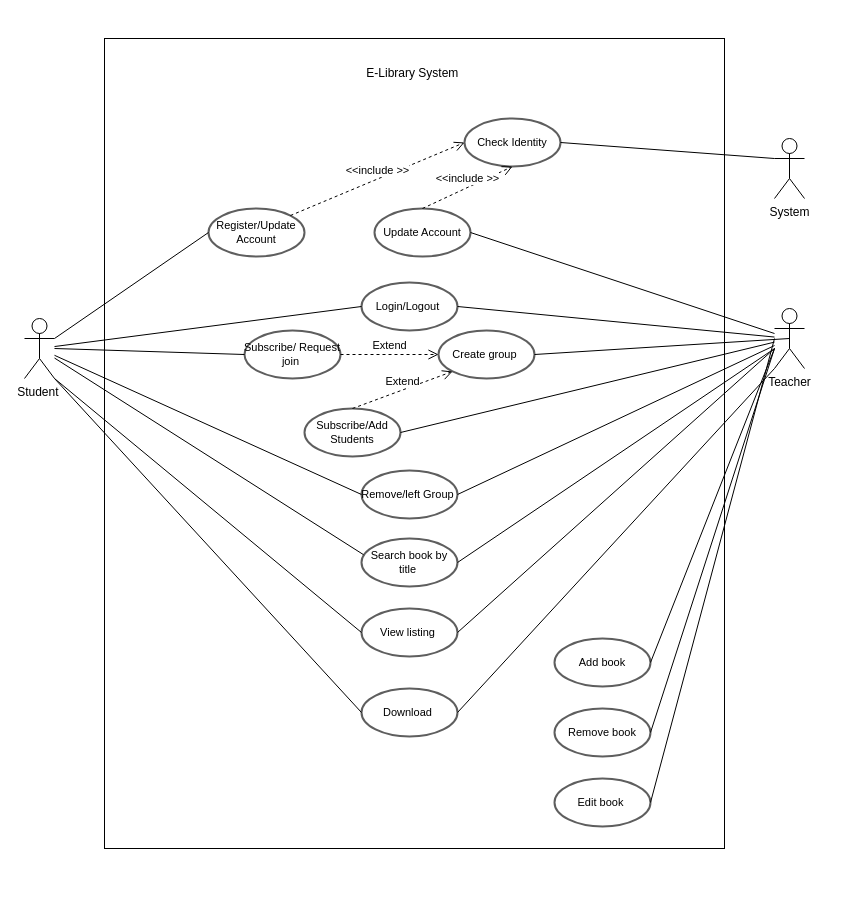
This is ATM Diagram.drawio from Phearun2020/Appsimple, a draw.io file, before an edit. Source tidied: cells renumbered, new cells numbered last; positions are measured from the earlier drawing's top-left corner, leaving out a move shared by most shapes. Both pictures are drawn from the tidied source at 100%, with x=0, y=0 at pixel (24, 38).
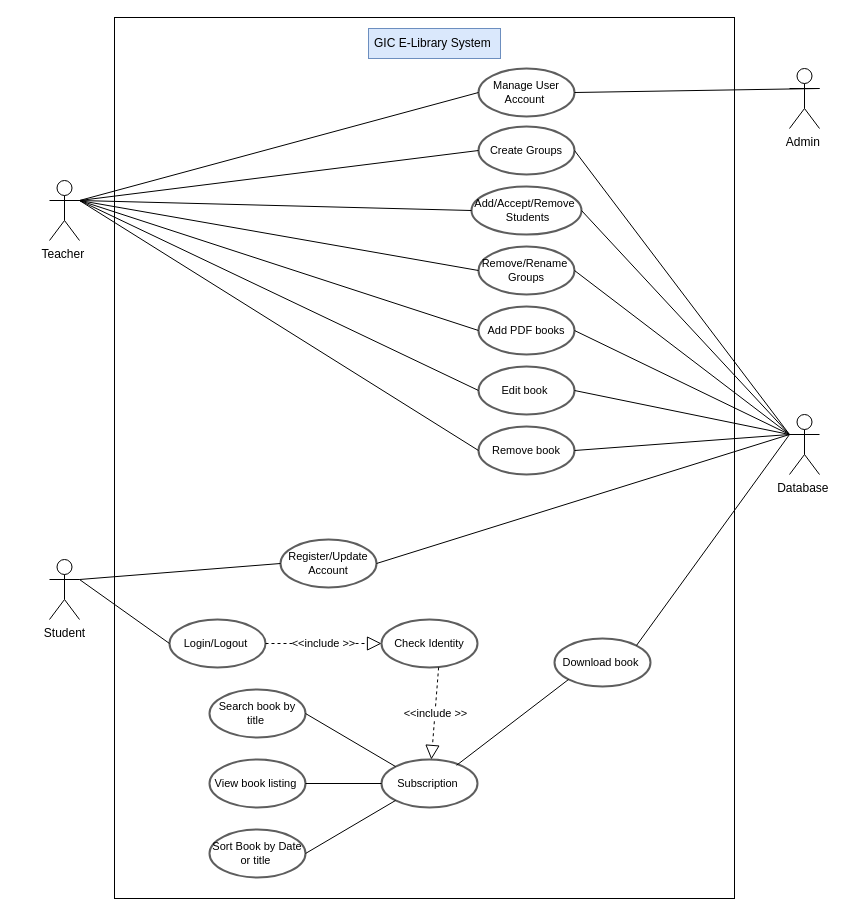
The same diagram, later.

Commit message:
GIC E-Library System Use Case Diagram.drawio

What changed in the source:
```diff
@@
     <mxCell id="2" style="whiteSpace=wrap;html=1;" parent="1" vertex="1">
-      <mxGeometry x="80" width="620" height="810" as="geometry" />
+      <mxGeometry x="90" y="-21" width="620" height="881" as="geometry" />
     </mxCell>
-    <mxCell id="3" value="Student&amp;nbsp;" style="shape=umlActor;verticalLabelPosition=bottom;verticalAlign=top;html=1;outlineConnect=0;" parent="1" vertex="1">
-      <mxGeometry y="280" width="30" height="60" as="geometry" />
+    <mxCell id="3" value="Teacher&amp;nbsp;" style="shape=umlActor;verticalLabelPosition=bottom;verticalAlign=top;html=1;outlineConnect=0;" parent="1" vertex="1">
+      <mxGeometry x="25" y="142" width="30" height="60" as="geometry" />
     </mxCell>
-    <mxCell id="4" value="Teacher" style="shape=umlActor;verticalLabelPosition=bottom;verticalAlign=top;html=1;outlineConnect=0;" parent="1" vertex="1">
-      <mxGeometry x="750" y="270" width="30" height="60" as="geometry" />
+    <mxCell id="4" value="Database&amp;nbsp;" style="shape=umlActor;verticalLabelPosition=bottom;verticalAlign=top;html=1;outlineConnect=0;" parent="1" vertex="1">
+      <mxGeometry x="765" y="376" width="30" height="60" as="geometry" />
     </mxCell>
-    <mxCell id="5" value="System" style="shape=umlActor;verticalLabelPosition=bottom;verticalAlign=top;html=1;outlineConnect=0;" parent="1" vertex="1">
-      <mxGeometry x="750" y="100" width="30" height="60" as="geometry" />
+    <mxCell id="5" value="Admin&amp;nbsp;" style="shape=umlActor;verticalLabelPosition=bottom;verticalAlign=top;html=1;outlineConnect=0;" parent="1" vertex="1">
+      <mxGeometry x="765" y="30" width="30" height="60" as="geometry" />
     </mxCell>
-    <mxCell id="6" value="E-Library System&amp;nbsp;" style="text;html=1;strokeColor=none;fillColor=none;align=center;verticalAlign=middle;whiteSpace=wrap;rounded=0;" parent="1" vertex="1">
-      <mxGeometry x="324" y="20" width="132" height="30" as="geometry" />
+    <mxCell id="6" value="GIC E-Library System&amp;nbsp;" style="text;html=1;strokeColor=#6c8ebf;fillColor=#dae8fc;align=center;verticalAlign=middle;whiteSpace=wrap;rounded=0;" parent="1" vertex="1">
+      <mxGeometry x="344" y="-10" width="132" height="30" as="geometry" />
     </mxCell>
-    <mxCell id="7" value="Update Account" style="html=1;overflow=block;whiteSpace=wrap;ellipse;whiteSpace=wrap;fontSize=11;spacing=3;strokeColor=#5e5e5e;strokeOpacity=100;rounded=1;absoluteArcSize=1;arcSize=7;strokeWidth=2;" parent="1" vertex="1">
-      <mxGeometry x="350" y="170" width="96" height="48" as="geometry" />
+    <mxCell id="7" value="Subscription&amp;nbsp;" style="html=1;overflow=block;whiteSpace=wrap;ellipse;whiteSpace=wrap;fontSize=11;spacing=3;strokeColor=#5e5e5e;strokeOpacity=100;rounded=1;absoluteArcSize=1;arcSize=7;strokeWidth=2;" parent="1" vertex="1">
+      <mxGeometry x="357" y="721" width="96" height="48" as="geometry" />
     </mxCell>
     <mxCell id="8" value="Check Identity" style="html=1;overflow=block;whiteSpace=wrap;ellipse;whiteSpace=wrap;fontSize=11;spacing=3;strokeColor=#5e5e5e;strokeOpacity=100;rounded=1;absoluteArcSize=1;arcSize=7;strokeWidth=2;" parent="1" vertex="1">
-      <mxGeometry x="440" y="80" width="96" height="48" as="geometry" />
+      <mxGeometry x="357" y="581" width="96" height="48" as="geometry" />
     </mxCell>
-    <mxCell id="9" value="Create group&amp;nbsp;" style="html=1;overflow=block;whiteSpace=wrap;ellipse;whiteSpace=wrap;fontSize=11;spacing=3;strokeColor=#5e5e5e;strokeOpacity=100;rounded=1;absoluteArcSize=1;arcSize=7;strokeWidth=2;" parent="1" vertex="1">
-      <mxGeometry x="414" y="292" width="96" height="48" as="geometry" />
-    </mxCell>
-    <mxCell id="10" value="Subscribe/Add &amp;nbsp;Students&amp;nbsp;" style="html=1;overflow=block;whiteSpace=wrap;ellipse;whiteSpace=wrap;fontSize=11;spacing=3;strokeColor=#5e5e5e;strokeOpacity=100;rounded=1;absoluteArcSize=1;arcSize=7;strokeWidth=2;" parent="1" vertex="1">
-      <mxGeometry x="280" y="370" width="96" height="48" as="geometry" />
-    </mxCell>
-    <mxCell id="11" value="Remove/left Group&amp;nbsp;" style="html=1;overflow=block;whiteSpace=wrap;ellipse;whiteSpace=wrap;fontSize=11;spacing=3;strokeColor=#5e5e5e;strokeOpacity=100;rounded=1;absoluteArcSize=1;arcSize=7;strokeWidth=2;" parent="1" vertex="1">
-      <mxGeometry x="337" y="432" width="96" height="48" as="geometry" />
+    <mxCell id="11" value="Manage User Account&amp;nbsp;" style="html=1;overflow=block;whiteSpace=wrap;ellipse;whiteSpace=wrap;fontSize=11;spacing=3;strokeColor=#5e5e5e;strokeOpacity=100;rounded=1;absoluteArcSize=1;arcSize=7;strokeWidth=2;" parent="1" vertex="1">
+      <mxGeometry x="454" y="30" width="96" height="48" as="geometry" />
     </mxCell>
-    <mxCell id="12" style="endArrow=none;html=1;entryX=1;entryY=0.5;entryDx=0;entryDy=0;" parent="1" edge="1" source="4" target="7">
-      <mxGeometry relative="1" as="geometry" />
-    </mxCell>
-    <mxCell id="13" value="&amp;lt;&amp;lt;include &amp;gt;&amp;gt;" style="html=1;verticalAlign=bottom;endArrow=open;dashed=1;endSize=8;exitX=0.5;exitY=0;exitDx=0;exitDy=0;entryX=0.5;entryY=1;entryDx=0;entryDy=0;" parent="1" edge="1" source="7" target="8">
-      <mxGeometry relative="1" as="geometry" />
-    </mxCell>
-    <mxCell id="14" style="endArrow=none;html=1;entryX=0;entryY=0.3333333333333333;entryDx=0;entryDy=0;entryPerimeter=0;exitX=1;exitY=0.5;exitDx=0;exitDy=0;" parent="1" edge="1" source="8" target="5">
-      <mxGeometry relative="1" as="geometry" />
-    </mxCell>
     <mxCell id="15" value="Login/Logout&amp;nbsp;" style="html=1;overflow=block;whiteSpace=wrap;ellipse;whiteSpace=wrap;fontSize=11;spacing=3;strokeColor=#5e5e5e;strokeOpacity=100;rounded=1;absoluteArcSize=1;arcSize=7;strokeWidth=2;" parent="1" vertex="1">
-      <mxGeometry x="337" y="244" width="96" height="48" as="geometry" />
+      <mxGeometry x="145" y="581" width="96" height="48" as="geometry" />
     </mxCell>
-    <mxCell id="16" style="endArrow=none;html=1;entryX=0;entryY=0.5;entryDx=0;entryDy=0;" parent="1" edge="1" source="3" target="15">
-      <mxGeometry relative="1" as="geometry" />
-    </mxCell>
-    <mxCell id="17" style="endArrow=none;html=1;exitX=1;exitY=0.5;exitDx=0;exitDy=0;" parent="1" edge="1" source="15" target="4">
-      <mxGeometry relative="1" as="geometry" />
-    </mxCell>
-    <mxCell id="18" value="Extend" style="html=1;verticalAlign=bottom;endArrow=open;dashed=1;endSize=8;entryX=0;entryY=1;entryDx=0;entryDy=0;exitX=0.5;exitY=0;exitDx=0;exitDy=0;" parent="1" edge="1" source="10" target="9">
-      <mxGeometry relative="1" as="geometry" />
-    </mxCell>
-    <mxCell id="19" style="endArrow=none;html=1;exitX=1;exitY=0.5;exitDx=0;exitDy=0;entryX=0.5;entryY=0.5;entryDx=0;entryDy=0;entryPerimeter=0;" parent="1" edge="1" source="9" target="4">
-      <mxGeometry relative="1" as="geometry" />
-    </mxCell>
-    <mxCell id="20" style="endArrow=none;html=1;exitX=1;exitY=0.5;exitDx=0;exitDy=0;" parent="1" edge="1" source="10" target="4">
-      <mxGeometry relative="1" as="geometry" />
-    </mxCell>
-    <mxCell id="21" style="endArrow=none;html=1;exitX=1;exitY=0.5;exitDx=0;exitDy=0;" parent="1" edge="1" source="11" target="4">
-      <mxGeometry relative="1" as="geometry" />
-    </mxCell>
-    <mxCell id="22" style="endArrow=none;html=1;entryX=0;entryY=0.5;entryDx=0;entryDy=0;" parent="1" edge="1" source="3" target="11">
-      <mxGeometry relative="1" as="geometry" />
-    </mxCell>
     <mxCell id="23" value="Search book by title&amp;nbsp;" style="html=1;overflow=block;whiteSpace=wrap;ellipse;whiteSpace=wrap;fontSize=11;spacing=3;strokeColor=#5e5e5e;strokeOpacity=100;rounded=1;absoluteArcSize=1;arcSize=7;strokeWidth=2;" parent="1" vertex="1">
-      <mxGeometry x="337" y="500" width="96" height="48" as="geometry" />
+      <mxGeometry x="185" y="651" width="96" height="48" as="geometry" />
     </mxCell>
-    <mxCell id="24" value="View listing&amp;nbsp;" style="html=1;overflow=block;whiteSpace=wrap;ellipse;whiteSpace=wrap;fontSize=11;spacing=3;strokeColor=#5e5e5e;strokeOpacity=100;rounded=1;absoluteArcSize=1;arcSize=7;strokeWidth=2;" parent="1" vertex="1">
-      <mxGeometry x="337" y="570" width="96" height="48" as="geometry" />
+    <mxCell id="24" value="View book listing&amp;nbsp;" style="html=1;overflow=block;whiteSpace=wrap;ellipse;whiteSpace=wrap;fontSize=11;spacing=3;strokeColor=#5e5e5e;strokeOpacity=100;rounded=1;absoluteArcSize=1;arcSize=7;strokeWidth=2;" parent="1" vertex="1">
+      <mxGeometry x="185" y="721" width="96" height="48" as="geometry" />
     </mxCell>
-    <mxCell id="25" value="Download&amp;nbsp;" style="html=1;overflow=block;whiteSpace=wrap;ellipse;whiteSpace=wrap;fontSize=11;spacing=3;strokeColor=#5e5e5e;strokeOpacity=100;rounded=1;absoluteArcSize=1;arcSize=7;strokeWidth=2;" parent="1" vertex="1">
-      <mxGeometry x="337" y="650" width="96" height="48" as="geometry" />
+    <mxCell id="25" value="Download book&amp;nbsp;" style="html=1;overflow=block;whiteSpace=wrap;ellipse;whiteSpace=wrap;fontSize=11;spacing=3;strokeColor=#5e5e5e;strokeOpacity=100;rounded=1;absoluteArcSize=1;arcSize=7;strokeWidth=2;" parent="1" vertex="1">
+      <mxGeometry x="530" y="600" width="96" height="48" as="geometry" />
     </mxCell>
-    <mxCell id="26" value="Add book" style="html=1;overflow=block;whiteSpace=wrap;ellipse;whiteSpace=wrap;fontSize=11;spacing=3;strokeColor=#5e5e5e;strokeOpacity=100;rounded=1;absoluteArcSize=1;arcSize=7;strokeWidth=2;" parent="1" vertex="1">
-      <mxGeometry x="530" y="600" width="96" height="48" as="geometry" />
+    <mxCell id="26" value="Add PDF books" style="html=1;overflow=block;whiteSpace=wrap;ellipse;whiteSpace=wrap;fontSize=11;spacing=3;strokeColor=#5e5e5e;strokeOpacity=100;rounded=1;absoluteArcSize=1;arcSize=7;strokeWidth=2;" parent="1" vertex="1">
+      <mxGeometry x="454" y="268" width="96" height="48" as="geometry" />
     </mxCell>
-    <mxCell id="27" style="endArrow=none;html=1;exitX=0.021;exitY=0.337;exitDx=0;exitDy=0;exitPerimeter=0;" parent="1" edge="1" source="23" target="3">
-      <mxGeometry relative="1" as="geometry" />
-    </mxCell>
-    <mxCell id="28" style="endArrow=none;html=1;exitX=1;exitY=0.5;exitDx=0;exitDy=0;" parent="1" edge="1" source="23" target="4">
-      <mxGeometry relative="1" as="geometry" />
-    </mxCell>
     <mxCell id="29" value="Edit book&amp;nbsp;" style="html=1;overflow=block;whiteSpace=wrap;ellipse;whiteSpace=wrap;fontSize=11;spacing=3;strokeColor=#5e5e5e;strokeOpacity=100;rounded=1;absoluteArcSize=1;arcSize=7;strokeWidth=2;" parent="1" vertex="1">
-      <mxGeometry x="530" y="740" width="96" height="48" as="geometry" />
+      <mxGeometry x="454" y="328" width="96" height="48" as="geometry" />
     </mxCell>
+    <mxCell id="37" value="Register/Update Account" style="html=1;overflow=block;whiteSpace=wrap;ellipse;whiteSpace=wrap;fontSize=11;spacing=3;strokeColor=#5e5e5e;strokeOpacity=100;rounded=1;absoluteArcSize=1;arcSize=7;strokeWidth=2;" parent="1" vertex="1">
+      <mxGeometry x="256" y="501" width="96" height="48" as="geometry" />
+    </mxCell>
+    <mxCell id="44" value="Student" style="shape=umlActor;verticalLabelPosition=bottom;verticalAlign=top;html=1;" parent="1" vertex="1">
+      <mxGeometry x="25" y="521" width="30" height="60" as="geometry" />
+    </mxCell>
+    <mxCell id="45" style="endArrow=none;html=1;exitX=1;exitY=0.3333333333333333;exitDx=0;exitDy=0;exitPerimeter=0;entryX=0;entryY=0.5;entryDx=0;entryDy=0;" parent="1" edge="1" source="44" target="37">
+      <mxGeometry relative="1" as="geometry" />
+    </mxCell>
+    <mxCell id="46" style="endArrow=none;html=1;entryX=0;entryY=0.3333333333333333;entryDx=0;entryDy=0;entryPerimeter=0;exitX=1;exitY=0.5;exitDx=0;exitDy=0;" parent="1" edge="1" source="37" target="4">
+      <mxGeometry relative="1" as="geometry" />
+    </mxCell>
+    <mxCell id="47" style="endArrow=none;html=1;exitX=1;exitY=0.3333333333333333;exitDx=0;exitDy=0;exitPerimeter=0;entryX=0;entryY=0.5;entryDx=0;entryDy=0;" parent="1" edge="1" source="44" target="15">
+      <mxGeometry relative="1" as="geometry" />
+    </mxCell>
+    <mxCell id="48" value="&amp;lt;&amp;lt;include &amp;gt;&amp;gt;" style="endArrow=block;dashed=1;endFill=0;endSize=12;html=1;exitX=1;exitY=0.5;exitDx=0;exitDy=0;entryX=0;entryY=0.5;entryDx=0;entryDy=0;" parent="1" edge="1" source="15" target="8">
+      <mxGeometry relative="1" as="geometry" />
+    </mxCell>
+    <mxCell id="49" value="Sort Book by Date or title&amp;nbsp;" style="html=1;overflow=block;whiteSpace=wrap;ellipse;whiteSpace=wrap;fontSize=11;spacing=3;strokeColor=#5e5e5e;strokeOpacity=100;rounded=1;absoluteArcSize=1;arcSize=7;strokeWidth=2;" parent="1" vertex="1">
+      <mxGeometry x="185" y="791" width="96" height="48" as="geometry" />
+    </mxCell>
+    <mxCell id="50" value="&amp;lt;&amp;lt;include &amp;gt;&amp;gt;" style="endArrow=block;dashed=1;endFill=0;endSize=12;html=1;exitX=0.595;exitY=0.999;exitDx=0;exitDy=0;exitPerimeter=0;" parent="1" edge="1" source="8" target="7">
+      <mxGeometry relative="1" as="geometry" />
+    </mxCell>
+    <mxCell id="51" style="endArrow=none;html=1;exitX=1;exitY=0.5;exitDx=0;exitDy=0;entryX=0;entryY=0;entryDx=0;entryDy=0;" parent="1" edge="1" source="23" target="7">
+      <mxGeometry relative="1" as="geometry" />
+    </mxCell>
+    <mxCell id="52" style="endArrow=none;html=1;exitX=1;exitY=0.5;exitDx=0;exitDy=0;" parent="1" edge="1" source="24" target="7">
+      <mxGeometry relative="1" as="geometry" />
+    </mxCell>
+    <mxCell id="53" style="endArrow=none;html=1;exitX=1;exitY=0.5;exitDx=0;exitDy=0;entryX=0;entryY=1;entryDx=0;entryDy=0;" parent="1" edge="1" source="49" target="7">
+      <mxGeometry relative="1" as="geometry" />
+    </mxCell>
+    <mxCell id="54" style="endArrow=none;html=1;exitX=0;exitY=1;exitDx=0;exitDy=0;entryX=0.782;entryY=0.12;entryDx=0;entryDy=0;entryPerimeter=0;" parent="1" edge="1" source="25" target="7">
+      <mxGeometry relative="1" as="geometry" />
+    </mxCell>
+    <mxCell id="43" style="endArrow=none;html=1;exitX=1;exitY=0;exitDx=0;exitDy=0;entryX=0;entryY=0.3333333333333333;entryDx=0;entryDy=0;entryPerimeter=0;" parent="1" edge="1" source="25" target="4">
+      <mxGeometry relative="1" as="geometry" />
+    </mxCell>
+    <mxCell id="55" style="endArrow=none;html=1;exitX=1;exitY=0.3333333333333333;exitDx=0;exitDy=0;exitPerimeter=0;entryX=1;entryY=0.5;entryDx=0;entryDy=0;" parent="1" edge="1" source="5" target="11">
+      <mxGeometry relative="1" as="geometry" />
+    </mxCell>
+    <mxCell id="56" value="Create Groups" style="html=1;overflow=block;whiteSpace=wrap;ellipse;whiteSpace=wrap;fontSize=11;spacing=3;strokeColor=#5e5e5e;strokeOpacity=100;rounded=1;absoluteArcSize=1;arcSize=7;strokeWidth=2;" parent="1" vertex="1">
+      <mxGeometry x="454" y="88" width="96" height="48" as="geometry" />
+    </mxCell>
+    <mxCell id="57" value="Add/Accept/Remove&amp;nbsp; &amp;nbsp;Students" style="html=1;overflow=block;whiteSpace=wrap;ellipse;whiteSpace=wrap;fontSize=11;spacing=3;strokeColor=#5e5e5e;strokeOpacity=100;rounded=1;absoluteArcSize=1;arcSize=7;strokeWidth=2;" parent="1" vertex="1">
+      <mxGeometry x="447" y="148" width="110" height="48" as="geometry" />
+    </mxCell>
+    <mxCell id="58" value="Remove/Rename&amp;nbsp; Groups" style="html=1;overflow=block;whiteSpace=wrap;ellipse;whiteSpace=wrap;fontSize=11;spacing=3;strokeColor=#5e5e5e;strokeOpacity=100;rounded=1;absoluteArcSize=1;arcSize=7;strokeWidth=2;" parent="1" vertex="1">
+      <mxGeometry x="454" y="208" width="96" height="48" as="geometry" />
+    </mxCell>
     <mxCell id="30" value="Remove book" style="html=1;overflow=block;whiteSpace=wrap;ellipse;whiteSpace=wrap;fontSize=11;spacing=3;strokeColor=#5e5e5e;strokeOpacity=100;rounded=1;absoluteArcSize=1;arcSize=7;strokeWidth=2;" parent="1" vertex="1">
-      <mxGeometry x="530" y="670" width="96" height="48" as="geometry" />
+      <mxGeometry x="454" y="388" width="96" height="48" as="geometry" />
     </mxCell>
-    <mxCell id="31" style="endArrow=none;html=1;exitX=1;exitY=0.5;exitDx=0;exitDy=0;" parent="1" edge="1" source="26">
-      <mxGeometry relative="1" as="geometry">
-        <mxPoint x="750" y="310" as="targetPoint" />
-      </mxGeometry>
-    </mxCell>
-    <mxCell id="32" style="endArrow=none;html=1;exitX=1;exitY=0.5;exitDx=0;exitDy=0;" parent="1" edge="1" source="30">
-      <mxGeometry relative="1" as="geometry">
-        <mxPoint x="750" y="310" as="targetPoint" />
-      </mxGeometry>
-    </mxCell>
-    <mxCell id="33" style="endArrow=none;html=1;exitX=1;exitY=0.5;exitDx=0;exitDy=0;" parent="1" edge="1" source="29">
-      <mxGeometry relative="1" as="geometry">
-        <mxPoint x="750" y="300" as="targetPoint" />
-      </mxGeometry>
-    </mxCell>
-    <mxCell id="34" value="Subscribe/ Request join&amp;nbsp;" style="html=1;overflow=block;whiteSpace=wrap;ellipse;whiteSpace=wrap;fontSize=11;spacing=3;strokeColor=#5e5e5e;strokeOpacity=100;rounded=1;absoluteArcSize=1;arcSize=7;strokeWidth=2;" parent="1" vertex="1">
-      <mxGeometry x="220" y="292" width="96" height="48" as="geometry" />
-    </mxCell>
-    <mxCell id="35" style="endArrow=none;html=1;entryX=0;entryY=0.5;entryDx=0;entryDy=0;" parent="1" edge="1" target="34">
-      <mxGeometry relative="1" as="geometry">
-        <mxPoint x="30" y="310" as="sourcePoint" />
-      </mxGeometry>
-    </mxCell>
-    <mxCell id="36" value="Extend" style="html=1;verticalAlign=bottom;endArrow=open;dashed=1;endSize=8;exitX=1;exitY=0.5;exitDx=0;exitDy=0;entryX=0;entryY=0.5;entryDx=0;entryDy=0;" parent="1" edge="1" source="34" target="9">
-      <mxGeometry relative="1" as="geometry" />
-    </mxCell>
-    <mxCell id="37" value="Register/Update Account" style="html=1;overflow=block;whiteSpace=wrap;ellipse;whiteSpace=wrap;fontSize=11;spacing=3;strokeColor=#5e5e5e;strokeOpacity=100;rounded=1;absoluteArcSize=1;arcSize=7;strokeWidth=2;" parent="1" vertex="1">
-      <mxGeometry x="184" y="170" width="96" height="48" as="geometry" />
-    </mxCell>
-    <mxCell id="38" style="endArrow=none;html=1;entryX=0;entryY=0.5;entryDx=0;entryDy=0;exitX=1;exitY=0.3333333333333333;exitDx=0;exitDy=0;exitPerimeter=0;" parent="1" edge="1" source="3" target="37">
-      <mxGeometry relative="1" as="geometry" />
-    </mxCell>
-    <mxCell id="39" value="&amp;lt;&amp;lt;include &amp;gt;&amp;gt;" style="html=1;verticalAlign=bottom;endArrow=open;dashed=1;endSize=8;exitX=1;exitY=0;exitDx=0;exitDy=0;entryX=0;entryY=0.5;entryDx=0;entryDy=0;" parent="1" edge="1" source="37" target="8">
-      <mxGeometry relative="1" as="geometry" />
-    </mxCell>
-    <mxCell id="40" style="endArrow=none;html=1;exitX=1;exitY=1;exitDx=0;exitDy=0;exitPerimeter=0;entryX=0;entryY=0.5;entryDx=0;entryDy=0;" parent="1" edge="1" source="3" target="24">
-      <mxGeometry relative="1" as="geometry" />
-    </mxCell>
-    <mxCell id="41" style="endArrow=none;html=1;exitX=1;exitY=0.5;exitDx=0;exitDy=0;" parent="1" edge="1" source="24">
-      <mxGeometry relative="1" as="geometry">
-        <mxPoint x="750" y="310" as="targetPoint" />
-      </mxGeometry>
-    </mxCell>
-    <mxCell id="42" style="endArrow=none;html=1;entryX=0;entryY=0.5;entryDx=0;entryDy=0;" parent="1" edge="1" target="25">
-      <mxGeometry relative="1" as="geometry">
-        <mxPoint x="30" y="340" as="sourcePoint" />
-      </mxGeometry>
-    </mxCell>
-    <mxCell id="43" style="endArrow=none;html=1;entryX=0;entryY=1;entryDx=0;entryDy=0;entryPerimeter=0;exitX=1;exitY=0.5;exitDx=0;exitDy=0;" parent="1" edge="1" source="25" target="4">
-      <mxGeometry relative="1" as="geometry" />
-    </mxCell>
+    <mxCell id="22" style="endArrow=none;html=1;exitX=1;exitY=0.3333333333333333;exitDx=0;exitDy=0;exitPerimeter=0;entryX=0;entryY=0.5;entryDx=0;entryDy=0;" parent="1" edge="1" source="3" target="11">
+      <mxGeometry relative="1" as="geometry" />
+    </mxCell>
+    <mxCell id="59" style="endArrow=none;html=1;exitX=1;exitY=0.3333333333333333;exitDx=0;exitDy=0;exitPerimeter=0;entryX=0;entryY=0.5;entryDx=0;entryDy=0;" parent="1" edge="1" source="3" target="56">
+      <mxGeometry relative="1" as="geometry" />
+    </mxCell>
+    <mxCell id="60" style="endArrow=none;html=1;exitX=1;exitY=0.3333333333333333;exitDx=0;exitDy=0;exitPerimeter=0;entryX=0;entryY=0.5;entryDx=0;entryDy=0;" parent="1" edge="1" source="3" target="57">
+      <mxGeometry relative="1" as="geometry" />
+    </mxCell>
+    <mxCell id="61" style="endArrow=none;html=1;exitX=1;exitY=0.3333333333333333;exitDx=0;exitDy=0;exitPerimeter=0;entryX=0;entryY=0.5;entryDx=0;entryDy=0;" parent="1" edge="1" source="3" target="58">
+      <mxGeometry relative="1" as="geometry" />
+    </mxCell>
+    <mxCell id="62" style="endArrow=none;html=1;exitX=1;exitY=0.3333333333333333;exitDx=0;exitDy=0;exitPerimeter=0;entryX=0;entryY=0.5;entryDx=0;entryDy=0;" parent="1" edge="1" source="3" target="26">
+      <mxGeometry relative="1" as="geometry" />
+    </mxCell>
+    <mxCell id="63" style="endArrow=none;html=1;exitX=1;exitY=0.3333333333333333;exitDx=0;exitDy=0;exitPerimeter=0;entryX=0;entryY=0.5;entryDx=0;entryDy=0;" parent="1" edge="1" source="3" target="29">
+      <mxGeometry relative="1" as="geometry" />
+    </mxCell>
+    <mxCell id="64" style="endArrow=none;html=1;exitX=1;exitY=0.3333333333333333;exitDx=0;exitDy=0;exitPerimeter=0;entryX=0;entryY=0.5;entryDx=0;entryDy=0;" parent="1" edge="1" source="3" target="30">
+      <mxGeometry relative="1" as="geometry" />
+    </mxCell>
+    <mxCell id="65" style="endArrow=none;html=1;entryX=0;entryY=0.3333333333333333;entryDx=0;entryDy=0;entryPerimeter=0;exitX=1;exitY=0.5;exitDx=0;exitDy=0;" parent="1" edge="1" source="30" target="4">
+      <mxGeometry relative="1" as="geometry" />
+    </mxCell>
+    <mxCell id="66" style="endArrow=none;html=1;entryX=1;entryY=0.5;entryDx=0;entryDy=0;exitX=0;exitY=0.3333333333333333;exitDx=0;exitDy=0;exitPerimeter=0;" parent="1" edge="1" source="4" target="29">
+      <mxGeometry relative="1" as="geometry" />
+    </mxCell>
+    <mxCell id="67" style="endArrow=none;html=1;exitX=1;exitY=0.5;exitDx=0;exitDy=0;entryX=0;entryY=0.3333333333333333;entryDx=0;entryDy=0;entryPerimeter=0;" parent="1" edge="1" source="26" target="4">
+      <mxGeometry relative="1" as="geometry" />
+    </mxCell>
+    <mxCell id="68" style="endArrow=none;html=1;entryX=1;entryY=0.5;entryDx=0;entryDy=0;exitX=0;exitY=0.3333333333333333;exitDx=0;exitDy=0;exitPerimeter=0;" parent="1" edge="1" source="4" target="58">
+      <mxGeometry relative="1" as="geometry" />
+    </mxCell>
+    <mxCell id="69" style="endArrow=none;html=1;entryX=1;entryY=0.5;entryDx=0;entryDy=0;exitX=0;exitY=0.3333333333333333;exitDx=0;exitDy=0;exitPerimeter=0;" parent="1" edge="1" source="4" target="57">
+      <mxGeometry relative="1" as="geometry" />
+    </mxCell>
+    <mxCell id="70" style="endArrow=none;html=1;entryX=1;entryY=0.5;entryDx=0;entryDy=0;exitX=0;exitY=0.3333333333333333;exitDx=0;exitDy=0;exitPerimeter=0;" parent="1" edge="1" source="4" target="56">
+      <mxGeometry relative="1" as="geometry" />
+    </mxCell>
```
